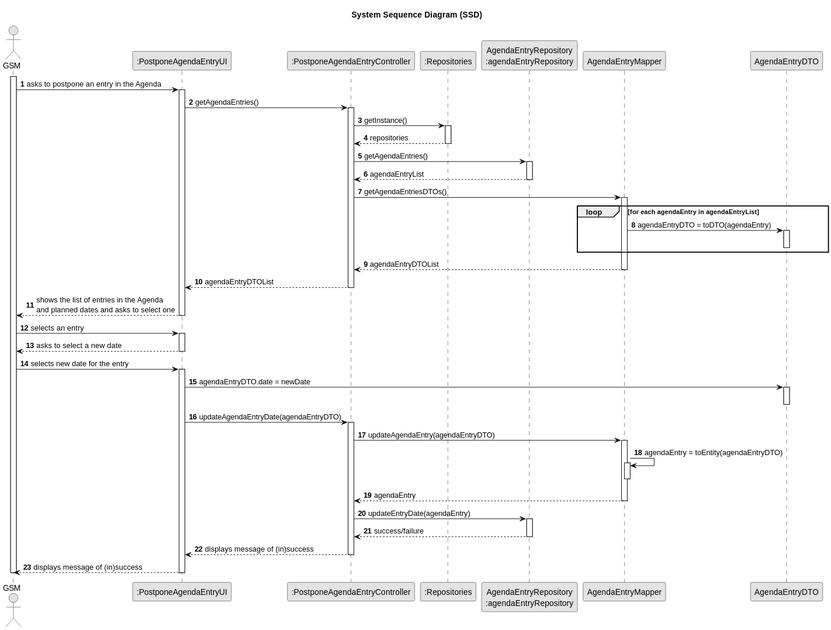
The PlantUML diagram docs/sprintC/us024/03.design/svg/us024-sequence-diagram-full-System_Sequence_Diagram__SSD_.svg in Departamento-de-Engenharia-Informatica/lei-24-s2-1do-g164, before a commit.
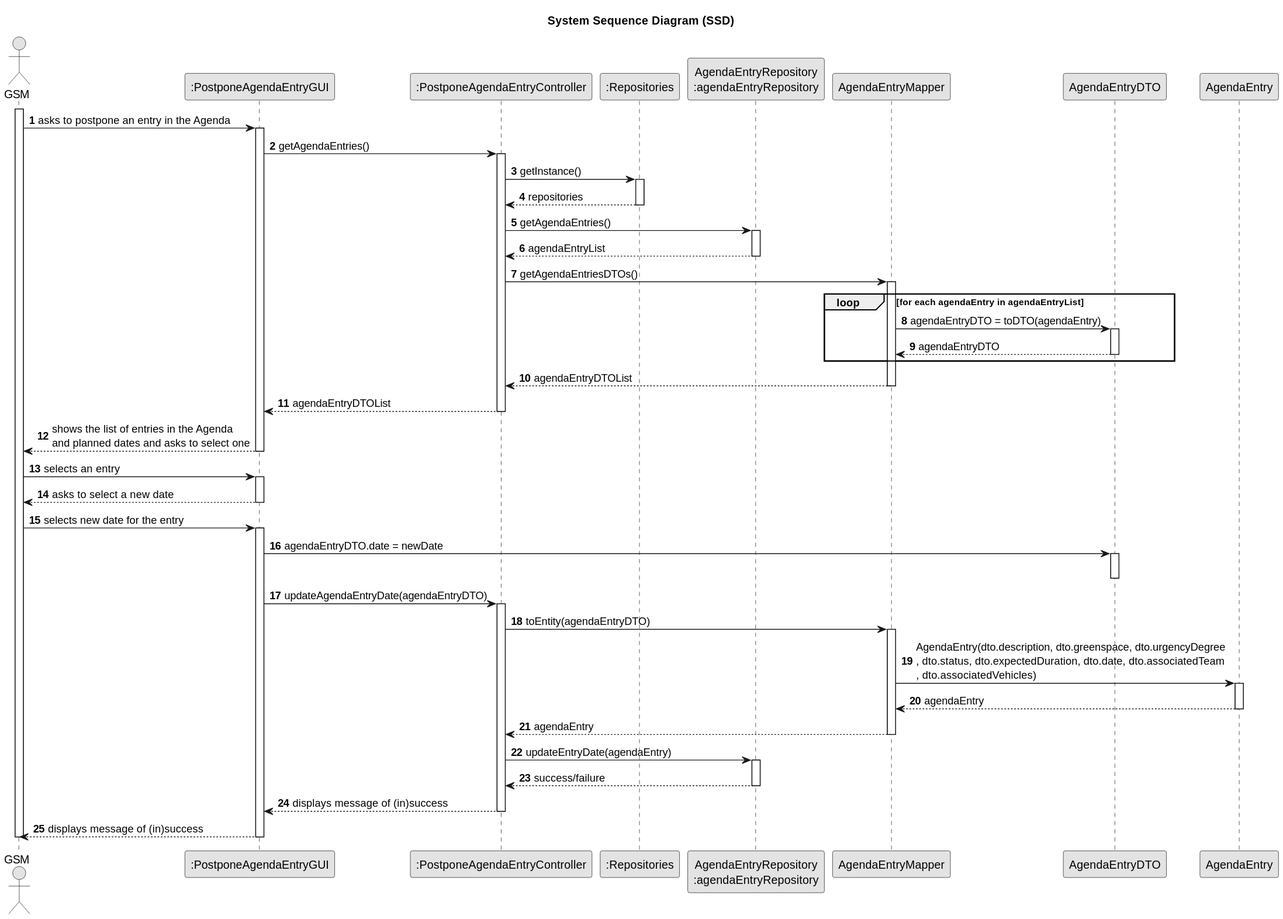
The same diagram one commit later.

The edit, as a diff of the source:
```diff
@@ -8,7 +8,7 @@
 autonumber
 
 actor "GSM" as Employee
-participant ":PostponeAgendaEntryUI" as UI
+participant ":PostponeAgendaEntryGUI" as UI
 participant ":PostponeAgendaEntryController" as CTRL
 participant ":Repositories" as RepositorySingleton
 participant "AgendaEntryRepository\n:agendaEntryRepository" as AgendaRepo
@@ -40,7 +40,7 @@
             loop for each agendaEntry in agendaEntryList
                 "AgendaEntryMapper" -> "AgendaEntryDTO" : agendaEntryDTO = toDTO(agendaEntry)
                 activate "AgendaEntryDTO"
-
+                "AgendaEntryDTO" --> AgendaEntryMapper  : agendaEntryDTO
                 deactivate "AgendaEntryDTO"
             end
 
@@ -69,12 +69,14 @@
         UI -> CTRL : updateAgendaEntryDate(agendaEntryDTO)
         activate CTRL
 
-            CTRL -> "AgendaEntryMapper" : updateAgendaEntry(agendaEntryDTO)
+            CTRL -> "AgendaEntryMapper" : toEntity(agendaEntryDTO)
             activate "AgendaEntryMapper"
 
-                "AgendaEntryMapper" -> "AgendaEntryMapper" : agendaEntry = toEntity(agendaEntryDTO)
-                activate "AgendaEntryMapper"
-                deactivate
+                AgendaEntryMapper -> AgendaEntry : AgendaEntry(dto.description, dto.greenspace, dto.urgencyDegree\n, dto.status, dto.expectedDuration, dto.date, dto.associatedTeam\n, dto.associatedVehicles)
+                activate AgendaEntry
+                AgendaEntry --> AgendaEntryMapper : agendaEntry
+                deactivate AgendaEntry
+
             "AgendaEntryMapper" --> CTRL : agendaEntry
             deactivate "AgendaEntryMapper"
 
```
